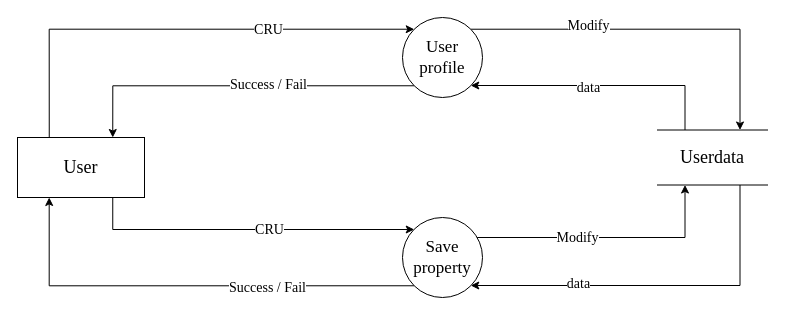
Before: Documentation/diags/Diagrams/user_userdata_0.drawio in Suzuki0916/Real_Estate_Site, a draw.io diagram. Source tidied: cells renumbered, new cells numbered last; positions are measured from the earlier drawing's top-left corner, leaving out a move shared by most shapes. Both pictures are drawn from the tidied source at 100%, with x=0, y=0 at pixel (17, 17).
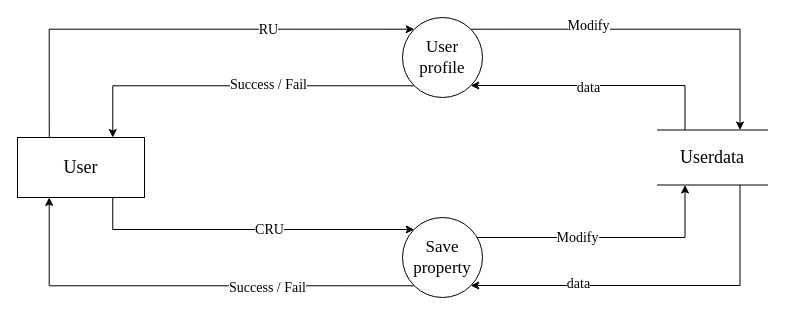
The same diagram, later.

The change refers to these unchanged cells:
```xml
<mxCell id="18" style="edgeStyle=orthogonalEdgeStyle;rounded=0;jettySize=auto;html=1;entryX=0;entryY=0;entryDx=0;entryDy=0;fontSize=17;startArrow=none;startFill=0;endArrow=classic;endFill=1;exitX=0.25;exitY=0;exitDx=0;exitDy=0;fontFamily=Times New Roman;" parent="1" edge="1" source="2" target="7">
  <mxGeometry relative="1" as="geometry">
    <Array as="points">
      <mxPoint x="32" y="12" />
    </Array>
  </mxGeometry>
</mxCell>
```

Diff of the diagram source:
```diff
@@
-    <mxCell id="19" value="&lt;span style=&quot;font-size: 14px&quot;&gt;CRU&lt;/span&gt;" style="edgeLabel;html=1;align=center;verticalAlign=middle;fontSize=17;fontFamily=Times New Roman;" parent="18" vertex="1">
+    <mxCell id="19" value="&lt;span style=&quot;font-size: 14px&quot;&gt;RU&lt;/span&gt;" style="edgeLabel;html=1;align=center;verticalAlign=middle;fontSize=17;fontFamily=Times New Roman;" parent="18" vertex="1">
       <mxGeometry x="0.7" relative="1" as="geometry">
         <mxPoint x="-75" as="offset" />
       </mxGeometry>
     </mxCell>
```
